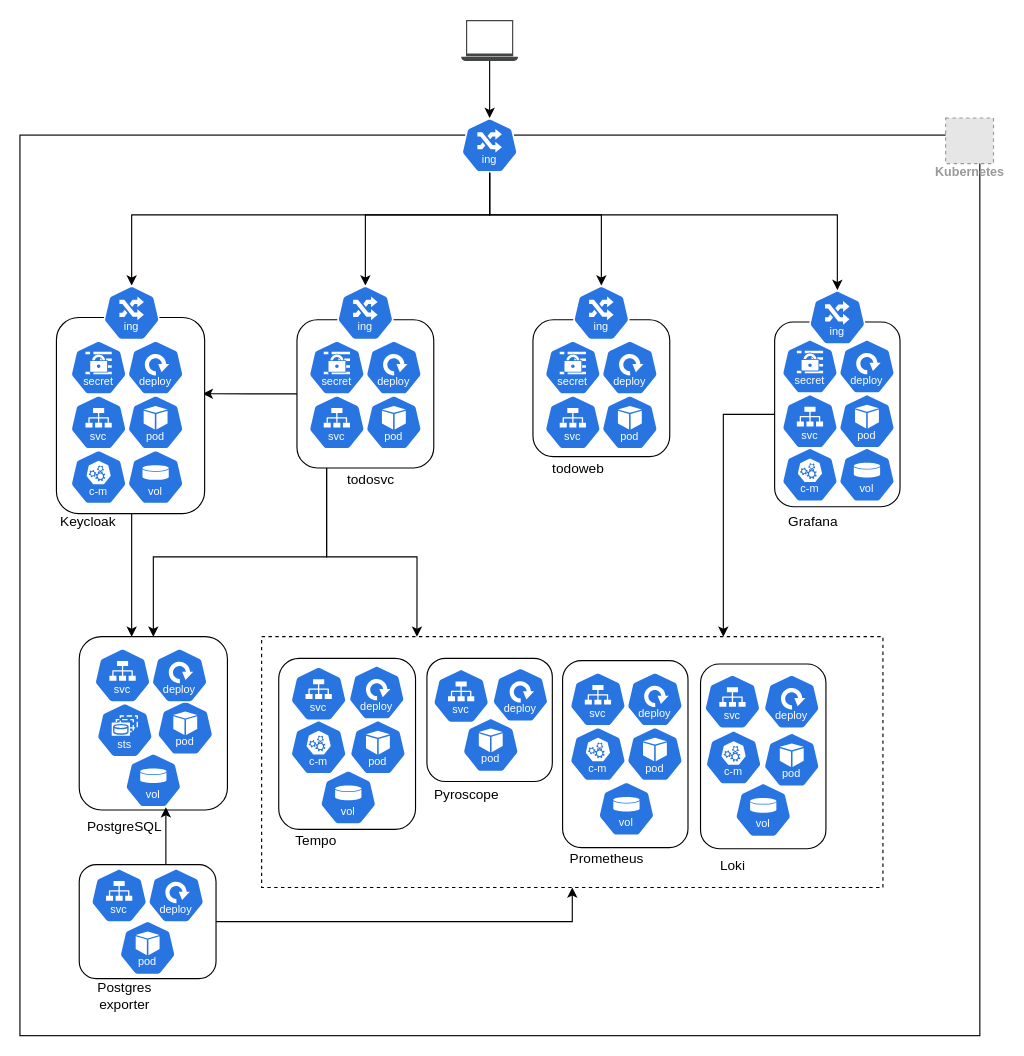
This is page "Page-2" (2 of 2) of docs/arch.drawio from andrescosta/todo-spring-react, a draw.io file, before an edit. Source tidied: cells renumbered, new cells numbered last; positions are measured from the earlier drawing's top-left corner, leaving out a move shared by most shapes. Both pictures are drawn from the tidied source at 114%, with x=0, y=0 at pixel (19, 19). Pictures stored in the file or linked from it are replaced by grey dashed boxes.
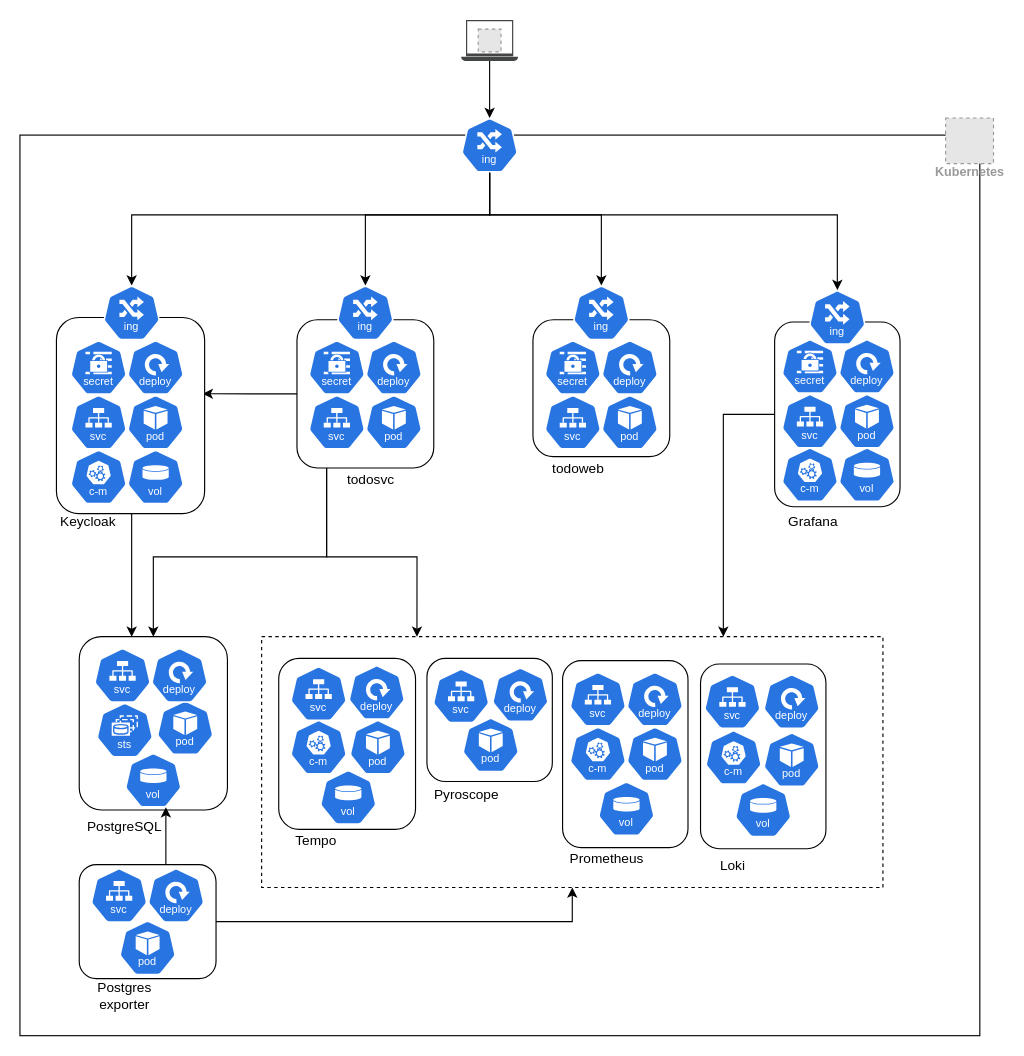
The same diagram, later.

Diff of the diagram source:
```diff
@@
+    <mxCell id="98" style="fillColor=#E6E6E6;strokeColor=#999999;dashed=1;verticalLabelPosition=bottom;verticalAlign=top;" parent="1" vertex="1">
+      <mxGeometry x="402" y="8" width="20" height="20" as="geometry" />
+    </mxCell>
```
